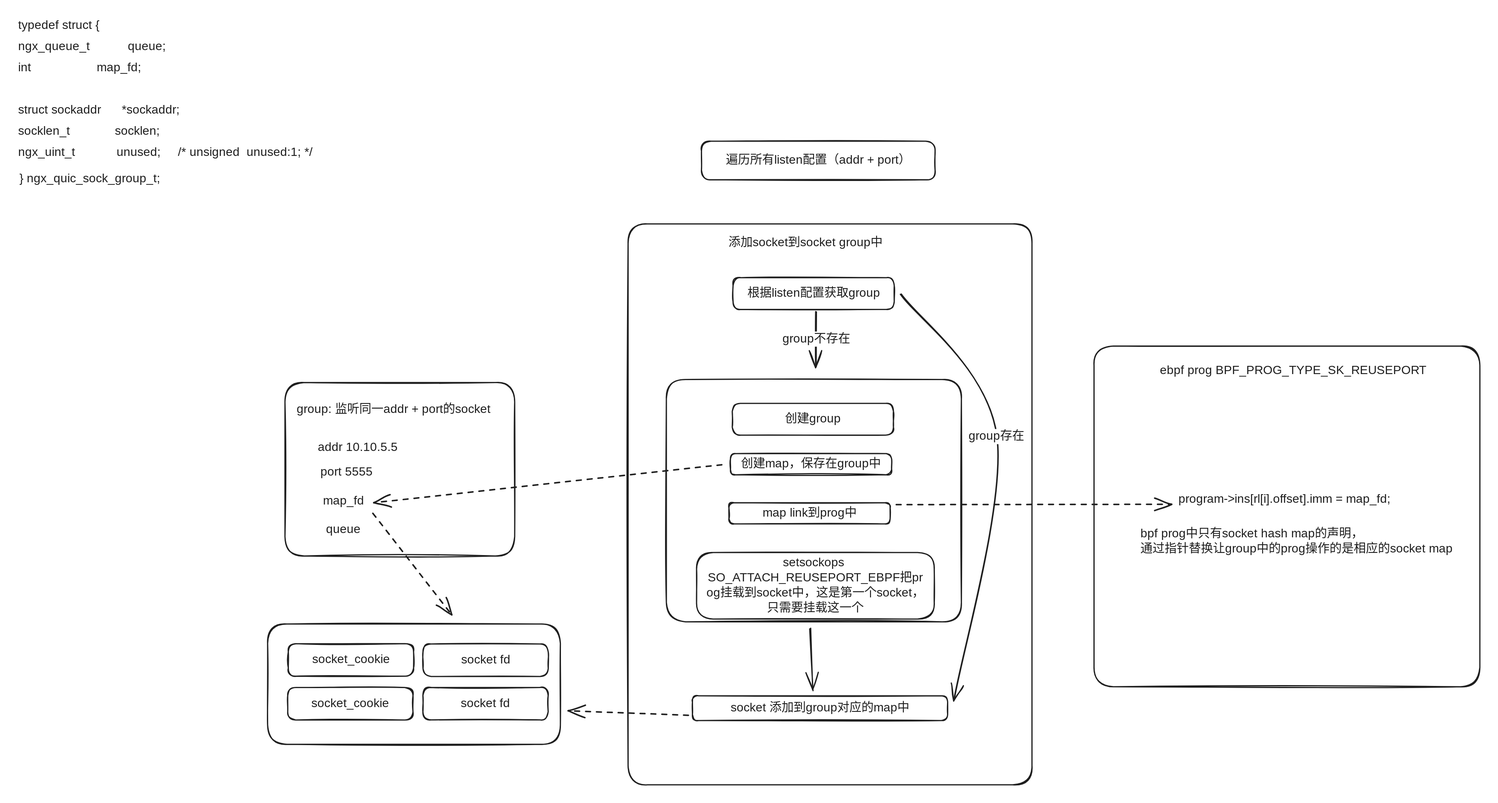
Before: linux-network/.gitbook/assets/file.excalidraw.svg, a diagram exported from Excalidraw (YkieWang/LinuxNetwork). Source tidied: one line per element, renumbered; positions are measured from the earlier drawing's top-left corner, leaving out a move shared by most shapes.
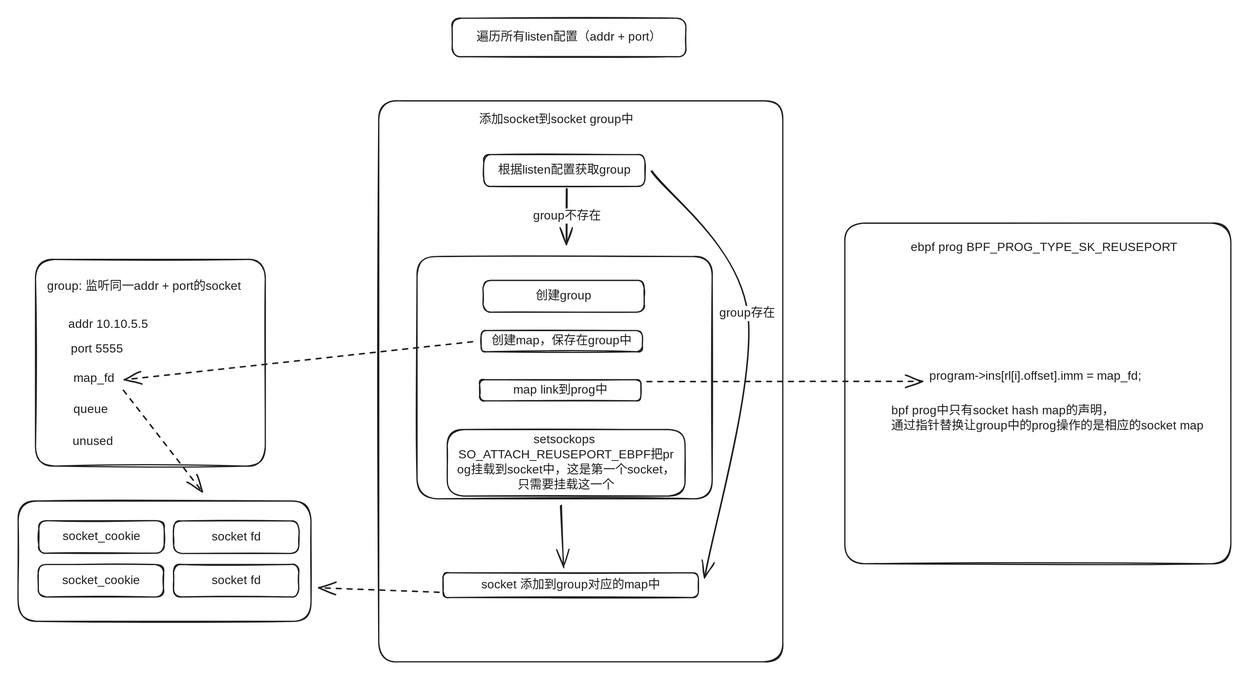
The same file after the commit.

Commit message:
GITBOOK-10: No subject

Change to the diagram source:
```diff
@@ -5,18 +5,11 @@
 {"id": 4, "type": "rectangle", "strokeColor": "#1e1e1e", "strokeWidth": 2, "roughness": 1, "round": true, "x": 1183, "y": 429, "width": 267, "height": 53}
 {"id": 5, "type": "text", "text": "根据listen配置获取group", "strokeColor": "#1e1e1e", "strokeWidth": 2, "roughness": 1, "fontSize": 20, "fontFamily": 1, "textAlign": "center", "verticalAlign": "middle", "inside": 4, "x": 1204, "y": 443, "width": 223, "height": 25}
 {"id": 6, "type": "text", "text": "group: 监听同一addr + port的socket", "strokeColor": "#1e1e1e", "strokeWidth": 2, "roughness": 1, "fontSize": 20, "fontFamily": 1, "x": 461, "y": 635, "width": 348, "height": 25}
-{"id": 7, "type": "rectangle", "strokeColor": "#1e1e1e", "strokeWidth": 2, "roughness": 1, "round": true, "x": 441, "y": 603, "width": 380, "height": 287}
+{"id": 7, "type": "rectangle", "strokeColor": "#1e1e1e", "strokeWidth": 2, "roughness": 1, "round": true, "x": 441, "y": 602, "width": 380, "height": 342}
 {"id": 8, "type": "text", "text": "addr 10.10.5.5", "strokeColor": "#1e1e1e", "strokeWidth": 2, "roughness": 1, "fontSize": 20, "fontFamily": 1, "x": 496, "y": 698, "width": 134, "height": 25}
 {"id": 9, "type": "text", "text": "port 5555", "strokeColor": "#1e1e1e", "strokeWidth": 2, "roughness": 1, "fontSize": 20, "fontFamily": 1, "x": 500, "y": 739, "width": 100, "height": 25}
-{"id": 10, "type": "text", "text": "typedef struct {", "strokeColor": "#1e1e1e", "strokeWidth": 2, "roughness": 1, "fontSize": 20, "fontFamily": 1, "x": 0, "y": 0, "width": 168, "height": 25}
-{"id": 11, "type": "text", "text": "ngx_queue_t           queue;", "strokeColor": "#1e1e1e", "strokeWidth": 2, "roughness": 1, "fontSize": 20, "fontFamily": 1, "x": 0, "y": 35, "width": 301, "height": 25}
-{"id": 12, "type": "text", "text": "int                   map_fd;", "strokeColor": "#1e1e1e", "strokeWidth": 2, "roughness": 1, "fontSize": 20, "fontFamily": 1, "x": 0, "y": 70, "width": 294, "height": 25}
-{"id": 13, "type": "text", "text": "struct sockaddr      *sockaddr;", "strokeColor": "#1e1e1e", "strokeWidth": 2, "roughness": 1, "fontSize": 20, "fontFamily": 1, "x": 0, "y": 140, "width": 322, "height": 25}
-{"id": 14, "type": "text", "text": "socklen_t             socklen;", "strokeColor": "#1e1e1e", "strokeWidth": 2, "roughness": 1, "fontSize": 20, "fontFamily": 1, "x": 0, "y": 175, "width": 297, "height": 25}
-{"id": 15, "type": "text", "text": "ngx_uint_t            unused;     /* unsigned  unused:1; */", "strokeColor": "#1e1e1e", "strokeWidth": 2, "roughness": 1, "fontSize": 20, "fontFamily": 1, "x": 0, "y": 210, "width": 591, "height": 25}
-{"id": 16, "type": "text", "text": "} ngx_quic_sock_group_t;", "strokeColor": "#1e1e1e", "strokeWidth": 2, "roughness": 1, "fontSize": 20, "fontFamily": 1, "x": 2, "y": 254, "width": 262, "height": 25}
 {"id": 17, "type": "text", "text": "map_fd", "strokeColor": "#1e1e1e", "strokeWidth": 2, "roughness": 1, "fontSize": 20, "fontFamily": 1, "x": 504, "y": 787, "width": 73, "height": 25}
-{"id": 18, "type": "text", "text": "queue", "strokeColor": "#1e1e1e", "strokeWidth": 2, "roughness": 1, "fontSize": 20, "fontFamily": 1, "x": 509, "y": 833, "width": 56, "height": 25}
+{"id": 18, "type": "text", "text": "queue", "strokeColor": "#1e1e1e", "strokeWidth": 2, "roughness": 1, "fontSize": 20, "fontFamily": 1, "x": 504, "y": 839, "width": 56, "height": 25}
 {"id": 19, "type": "rectangle", "strokeColor": "#1e1e1e", "strokeWidth": 2, "roughness": 1, "round": true, "x": 447, "y": 1034, "width": 207, "height": 54}
 {"id": 20, "type": "text", "text": "socket_cookie", "strokeColor": "#1e1e1e", "strokeWidth": 2, "roughness": 1, "fontSize": 20, "fontFamily": 1, "textAlign": "center", "verticalAlign": "middle", "inside": 19, "x": 482, "y": 1049, "width": 138, "height": 25}
 {"id": 21, "type": "rectangle", "strokeColor": "#1e1e1e", "strokeWidth": 2, "roughness": 1, "round": true, "x": 670, "y": 1035, "width": 207, "height": 54}
@@ -50,3 +43,4 @@
 {"id": 49, "type": "text", "text": "program->ins[rl[i].offset].imm = map_fd;", "strokeColor": "#1e1e1e", "strokeWidth": 2, "roughness": 1, "fontSize": 20, "fontFamily": 1, "x": 1919, "y": 783, "width": 390, "height": 25}
 {"id": 50, "type": "arrow", "strokeColor": "#1e1e1e", "strokeWidth": 2, "strokeStyle": "dashed", "roughness": 1, "endArrowhead": "arrow", "round": true, "from": 35, "to": 49, "x": 1452, "y": 804, "width": 456, "height": 1, "points": [[0, 0], [456, 1]]}
 {"id": 51, "type": "text", "text": "bpf prog中只有socket hash map的声明，\n通过指针替换让group中的prog操作的是相应的socket map", "strokeColor": "#1e1e1e", "strokeWidth": 2, "strokeStyle": "dashed", "roughness": 1, "fontSize": 20, "fontFamily": 1, "x": 1856, "y": 841, "width": 520, "height": 50}
+{"id": 52, "type": "text", "text": "unused", "strokeColor": "#1e1e1e", "strokeWidth": 2, "roughness": 1, "fontSize": 20, "fontFamily": 1, "x": 503, "y": 891, "width": 65, "height": 25}
```
